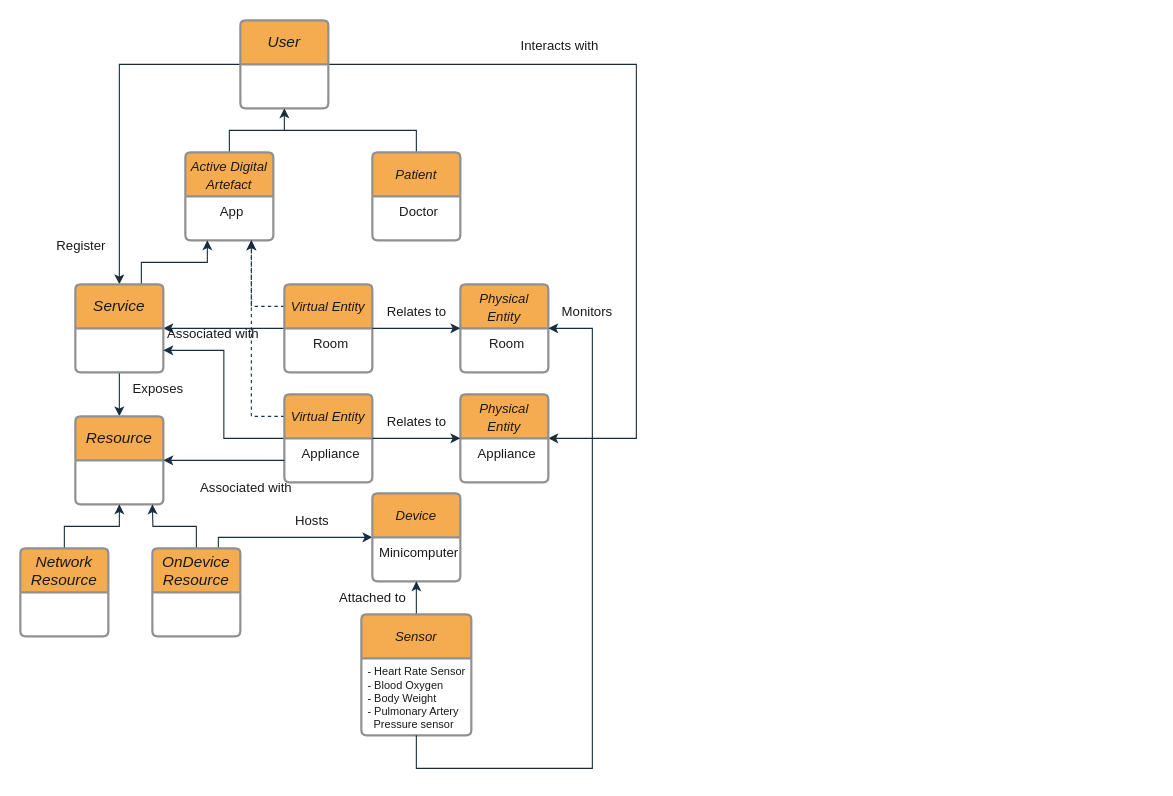
The draw.io diagram Untitled Diagram.drawio in CoffeeNte/CoffeeNte, before the edit. Source tidied: cells renumbered, new cells numbered last; positions are measured from the earlier drawing's top-left corner, leaving out a move shared by most shapes. Both pictures are drawn from the tidied source at 110%, with x=0, y=0 at pixel (20, 20).
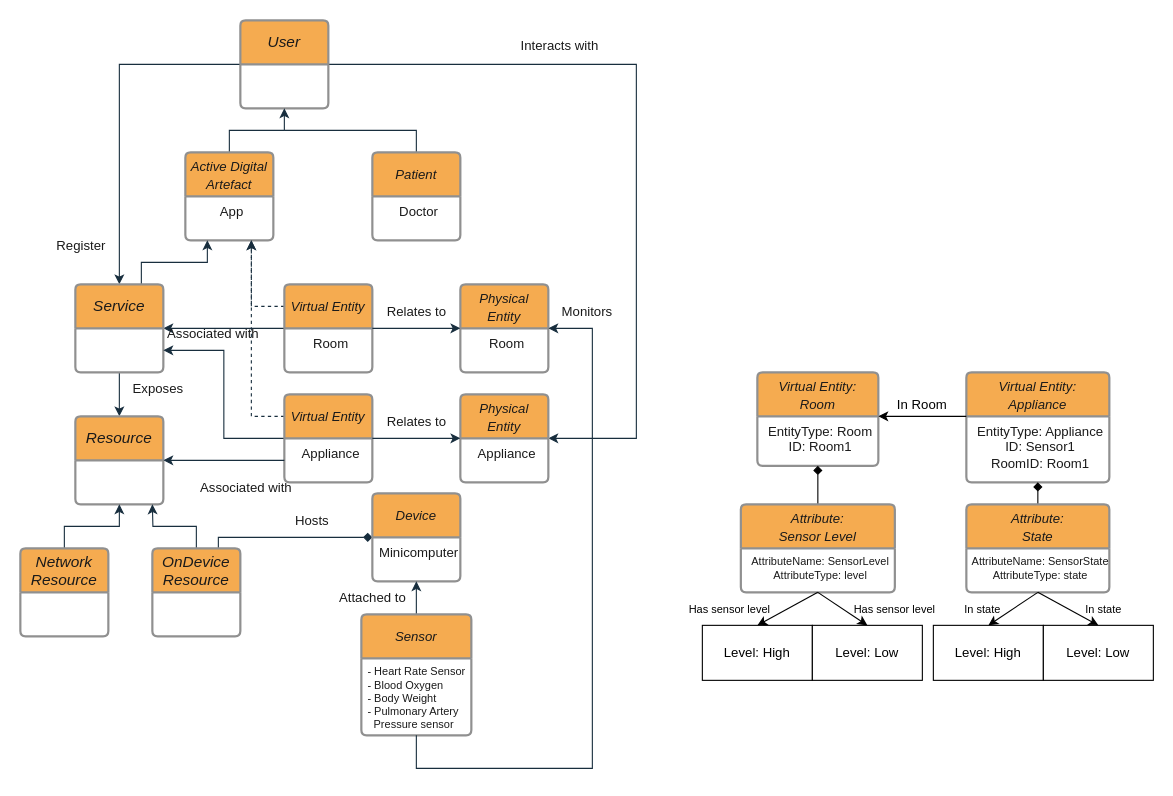
After the change.

Unchanged cells that the change refers to:
```xml
<mxCell id="24" value="&lt;i&gt;OnDevice Resource&lt;/i&gt;" style="swimlane;horizontal=1;startSize=40;rounded=1;fontSize=14;fontStyle=0;strokeWidth=2;shadow=0;dashed=0;align=center;arcSize=4;whiteSpace=wrap;html=1;labelBackgroundColor=none;fillColor=#F5AB50;strokeColor=#909090;fontColor=#1A1A1A;" parent="1" vertex="1">
  <mxGeometry x="120" y="480" width="80" height="80" as="geometry" />
</mxCell>
<mxCell id="28" value="&lt;div style=&quot;&quot;&gt;&lt;span style=&quot;background-color: initial;&quot;&gt;Minicomputer&lt;/span&gt;&lt;/div&gt;" style="align=center;strokeColor=none;fillColor=none;spacingLeft=4;fontSize=12;verticalAlign=top;html=1;labelBackgroundColor=none;fontColor=#1A1A1A;" parent="27" vertex="1">
  <mxGeometry y="40" width="80" height="40" as="geometry" />
</mxCell>
```

What changed in the source:
```diff
@@
-    <mxCell id="23" style="edgeStyle=orthogonalEdgeStyle;rounded=0;jettySize=auto;html=1;exitX=0.75;exitY=0;exitDx=0;exitDy=0;entryX=0;entryY=0;entryDx=0;entryDy=0;strokeColor=#182E3E;fontColor=#1A1A1A;" parent="1" edge="1" source="24" target="28">
+    <mxCell id="23" style="edgeStyle=orthogonalEdgeStyle;rounded=0;jettySize=auto;html=1;exitX=0.75;exitY=0;exitDx=0;exitDy=0;entryX=0;entryY=0;entryDx=0;entryDy=0;strokeColor=#182E3E;fontColor=#1A1A1A;endArrow=diamond;endFill=1;" parent="1" edge="1" source="24" target="28">
       <mxGeometry relative="1" as="geometry">
         <Array as="points">
           <mxPoint x="180" y="470" />
           <mxPoint x="320" y="470" />
         </Array>
       </mxGeometry>
     </mxCell>
@@
+    <mxCell id="52" value="&lt;i style=&quot;border-color: var(--border-color); font-size: 12px;&quot;&gt;Virtual Entity:&lt;br&gt;Room&lt;br&gt;&lt;/i&gt;" style="swimlane;horizontal=1;startSize=40;rounded=1;fontSize=14;fontStyle=0;strokeWidth=2;shadow=0;dashed=0;align=center;arcSize=4;whiteSpace=wrap;html=1;labelBackgroundColor=none;fillColor=#F5AB50;strokeColor=#909090;fontColor=#1A1A1A;" parent="1" vertex="1">
+      <mxGeometry x="670" y="320" width="110" height="85" as="geometry" />
+    </mxCell>
+    <mxCell id="53" value="&lt;div style=&quot;&quot;&gt;&lt;span style=&quot;background-color: initial;&quot;&gt;EntityType: Room&lt;/span&gt;&lt;/div&gt;&lt;div style=&quot;&quot;&gt;&lt;span style=&quot;background-color: initial;&quot;&gt;ID: Room1&lt;/span&gt;&lt;/div&gt;" style="align=center;strokeColor=none;fillColor=none;spacingLeft=4;fontSize=12;verticalAlign=top;html=1;labelBackgroundColor=none;fontColor=#1A1A1A;" parent="52" vertex="1">
+      <mxGeometry y="40" width="110" height="45" as="geometry" />
+    </mxCell>
+    <mxCell id="54" value="&lt;i style=&quot;border-color: var(--border-color); font-size: 12px;&quot;&gt;Virtual Entity:&lt;br style=&quot;border-color: var(--border-color);&quot;&gt;Appliance&lt;br&gt;&lt;/i&gt;" style="swimlane;horizontal=1;startSize=40;rounded=1;fontSize=14;fontStyle=0;strokeWidth=2;shadow=0;dashed=0;align=center;arcSize=4;whiteSpace=wrap;html=1;labelBackgroundColor=none;fillColor=#F5AB50;strokeColor=#909090;fontColor=#1A1A1A;" parent="1" vertex="1">
+      <mxGeometry x="860" y="320" width="130" height="100" as="geometry" />
+    </mxCell>
+    <mxCell id="55" value="&lt;div style=&quot;&quot;&gt;&lt;span style=&quot;background-color: initial;&quot;&gt;EntityType: Appliance&lt;/span&gt;&lt;/div&gt;&lt;div style=&quot;&quot;&gt;&lt;span style=&quot;background-color: initial;&quot;&gt;ID: Sensor1&lt;/span&gt;&lt;/div&gt;&lt;div style=&quot;&quot;&gt;&lt;span style=&quot;background-color: initial;&quot;&gt;RoomID: Room1&lt;/span&gt;&lt;/div&gt;" style="align=center;strokeColor=none;fillColor=none;spacingLeft=4;fontSize=12;verticalAlign=top;html=1;labelBackgroundColor=none;fontColor=#1A1A1A;" parent="54" vertex="1">
+      <mxGeometry y="40" width="130" height="60" as="geometry" />
+    </mxCell>
+    <mxCell id="56" style="edgeStyle=orthogonalEdgeStyle;rounded=0;jettySize=auto;html=1;exitX=0.5;exitY=0;exitDx=0;exitDy=0;entryX=0.5;entryY=1;entryDx=0;entryDy=0;endArrow=diamond;endFill=1;" parent="1" edge="1" source="57" target="53">
+      <mxGeometry relative="1" as="geometry" />
+    </mxCell>
+    <mxCell id="57" value="&lt;i style=&quot;border-color: var(--border-color); font-size: 12px;&quot;&gt;Attribute: &lt;br&gt;Sensor Level&lt;/i&gt;" style="swimlane;horizontal=1;startSize=40;rounded=1;fontSize=14;fontStyle=0;strokeWidth=2;shadow=0;dashed=0;align=center;arcSize=4;whiteSpace=wrap;html=1;labelBackgroundColor=none;fillColor=#F5AB50;strokeColor=#909090;fontColor=#1A1A1A;" parent="1" vertex="1">
+      <mxGeometry x="655" y="440" width="140" height="80" as="geometry" />
+    </mxCell>
+    <mxCell id="58" value="&lt;div style=&quot;font-size: 10px;&quot;&gt;&lt;span style=&quot;background-color: initial;&quot;&gt;&lt;font style=&quot;font-size: 10px;&quot;&gt;AttributeName: SensorLevel&lt;/font&gt;&lt;/span&gt;&lt;/div&gt;&lt;div style=&quot;font-size: 10px;&quot;&gt;&lt;span style=&quot;background-color: initial;&quot;&gt;&lt;font style=&quot;font-size: 10px;&quot;&gt;AttributeType: level&lt;/font&gt;&lt;/span&gt;&lt;/div&gt;" style="align=center;strokeColor=none;fillColor=none;spacingLeft=4;fontSize=12;verticalAlign=top;html=1;labelBackgroundColor=none;fontColor=#1A1A1A;" parent="57" vertex="1">
+      <mxGeometry y="40" width="140" height="40" as="geometry" />
+    </mxCell>
+    <mxCell id="59" style="edgeStyle=orthogonalEdgeStyle;rounded=0;jettySize=auto;html=1;exitX=0.5;exitY=0;exitDx=0;exitDy=0;entryX=0.5;entryY=1;entryDx=0;entryDy=0;endArrow=diamond;endFill=1;" parent="1" edge="1" source="60" target="55">
+      <mxGeometry relative="1" as="geometry" />
+    </mxCell>
+    <mxCell id="60" value="&lt;i style=&quot;border-color: var(--border-color); font-size: 12px;&quot;&gt;Attribute:&lt;br style=&quot;border-color: var(--border-color);&quot;&gt;State&lt;/i&gt;" style="swimlane;horizontal=1;startSize=40;rounded=1;fontSize=14;fontStyle=0;strokeWidth=2;shadow=0;dashed=0;align=center;arcSize=4;whiteSpace=wrap;html=1;labelBackgroundColor=none;fillColor=#F5AB50;strokeColor=#909090;fontColor=#1A1A1A;" parent="1" vertex="1">
+      <mxGeometry x="860" y="440" width="130" height="80" as="geometry" />
+    </mxCell>
+    <mxCell id="61" value="&lt;div style=&quot;&quot;&gt;&lt;div style=&quot;border-color: var(--border-color); font-size: 10px;&quot;&gt;AttributeName: SensorState&lt;/div&gt;&lt;div style=&quot;border-color: var(--border-color); font-size: 10px;&quot;&gt;&lt;span style=&quot;border-color: var(--border-color); background-color: initial;&quot;&gt;AttributeType: state&lt;/span&gt;&lt;/div&gt;&lt;/div&gt;" style="align=center;strokeColor=none;fillColor=none;spacingLeft=4;fontSize=12;verticalAlign=top;html=1;labelBackgroundColor=none;fontColor=#1A1A1A;" parent="60" vertex="1">
+      <mxGeometry y="40" width="130" height="40" as="geometry" />
+    </mxCell>
+    <mxCell id="62" style="edgeStyle=orthogonalEdgeStyle;rounded=0;jettySize=auto;html=1;exitX=0;exitY=0;exitDx=0;exitDy=0;entryX=1;entryY=0;entryDx=0;entryDy=0;" parent="1" edge="1" source="55" target="53">
+      <mxGeometry relative="1" as="geometry">
+        <Array as="points">
+          <mxPoint x="820" y="360" />
+          <mxPoint x="820" y="360" />
+        </Array>
+      </mxGeometry>
+    </mxCell>
+    <mxCell id="63" value="In Room" style="text;html=1;strokeColor=none;fillColor=none;align=center;verticalAlign=middle;whiteSpace=wrap;rounded=0;" parent="1" vertex="1">
+      <mxGeometry x="790" y="335" width="60" height="30" as="geometry" />
+    </mxCell>
+    <mxCell id="64" value="Level: High" style="rounded=0;whiteSpace=wrap;html=1;" parent="1" vertex="1">
+      <mxGeometry x="620" y="550" width="100" height="50" as="geometry" />
+    </mxCell>
+    <mxCell id="65" value="Level: High" style="rounded=0;whiteSpace=wrap;html=1;" parent="1" vertex="1">
+      <mxGeometry x="830" y="550" width="100" height="50" as="geometry" />
+    </mxCell>
+    <mxCell id="66" value="Level: Low" style="rounded=0;whiteSpace=wrap;html=1;" parent="1" vertex="1">
+      <mxGeometry x="720" y="550" width="100" height="50" as="geometry" />
+    </mxCell>
+    <mxCell id="67" style="rounded=0;jettySize=auto;html=1;exitX=0.5;exitY=1;exitDx=0;exitDy=0;entryX=0.5;entryY=0;entryDx=0;entryDy=0;" parent="1" edge="1" source="58" target="64">
+      <mxGeometry relative="1" as="geometry" />
+    </mxCell>
+    <mxCell id="68" style="rounded=0;jettySize=auto;html=1;exitX=0.5;exitY=1;exitDx=0;exitDy=0;entryX=0.5;entryY=0;entryDx=0;entryDy=0;" parent="1" edge="1" source="58" target="66">
+      <mxGeometry relative="1" as="geometry" />
+    </mxCell>
+    <mxCell id="69" style="rounded=0;jettySize=auto;html=1;exitX=0.5;exitY=1;exitDx=0;exitDy=0;entryX=0.5;entryY=0;entryDx=0;entryDy=0;" parent="1" edge="1" source="61" target="65">
+      <mxGeometry relative="1" as="geometry" />
+    </mxCell>
+    <mxCell id="70" value="Level: Low" style="rounded=0;whiteSpace=wrap;html=1;" parent="1" vertex="1">
+      <mxGeometry x="930" y="550" width="100" height="50" as="geometry" />
+    </mxCell>
+    <mxCell id="71" style="rounded=0;jettySize=auto;html=1;exitX=0.5;exitY=1;exitDx=0;exitDy=0;entryX=0.5;entryY=0;entryDx=0;entryDy=0;" parent="1" edge="1" source="61" target="70">
+      <mxGeometry relative="1" as="geometry" />
+    </mxCell>
+    <mxCell id="72" value="&lt;font style=&quot;font-size: 10px;&quot;&gt;Has sensor level&lt;/font&gt;" style="text;html=1;strokeColor=none;fillColor=none;align=center;verticalAlign=middle;whiteSpace=wrap;rounded=0;" parent="1" vertex="1">
+      <mxGeometry x="600" y="520" width="90" height="30" as="geometry" />
+    </mxCell>
+    <mxCell id="73" value="&lt;font style=&quot;font-size: 10px;&quot;&gt;Has sensor level&lt;/font&gt;" style="text;html=1;strokeColor=none;fillColor=none;align=center;verticalAlign=middle;whiteSpace=wrap;rounded=0;" parent="1" vertex="1">
+      <mxGeometry x="750" y="520" width="90" height="30" as="geometry" />
+    </mxCell>
+    <mxCell id="74" value="&lt;font style=&quot;font-size: 10px;&quot;&gt;In state&lt;/font&gt;" style="text;html=1;strokeColor=none;fillColor=none;align=center;verticalAlign=middle;whiteSpace=wrap;rounded=0;" parent="1" vertex="1">
+      <mxGeometry x="830" y="520" width="90" height="30" as="geometry" />
+    </mxCell>
+    <mxCell id="75" value="&lt;font style=&quot;font-size: 10px;&quot;&gt;In state&lt;/font&gt;" style="text;html=1;strokeColor=none;fillColor=none;align=center;verticalAlign=middle;whiteSpace=wrap;rounded=0;" parent="1" vertex="1">
+      <mxGeometry x="940" y="520" width="90" height="30" as="geometry" />
+    </mxCell>
```
